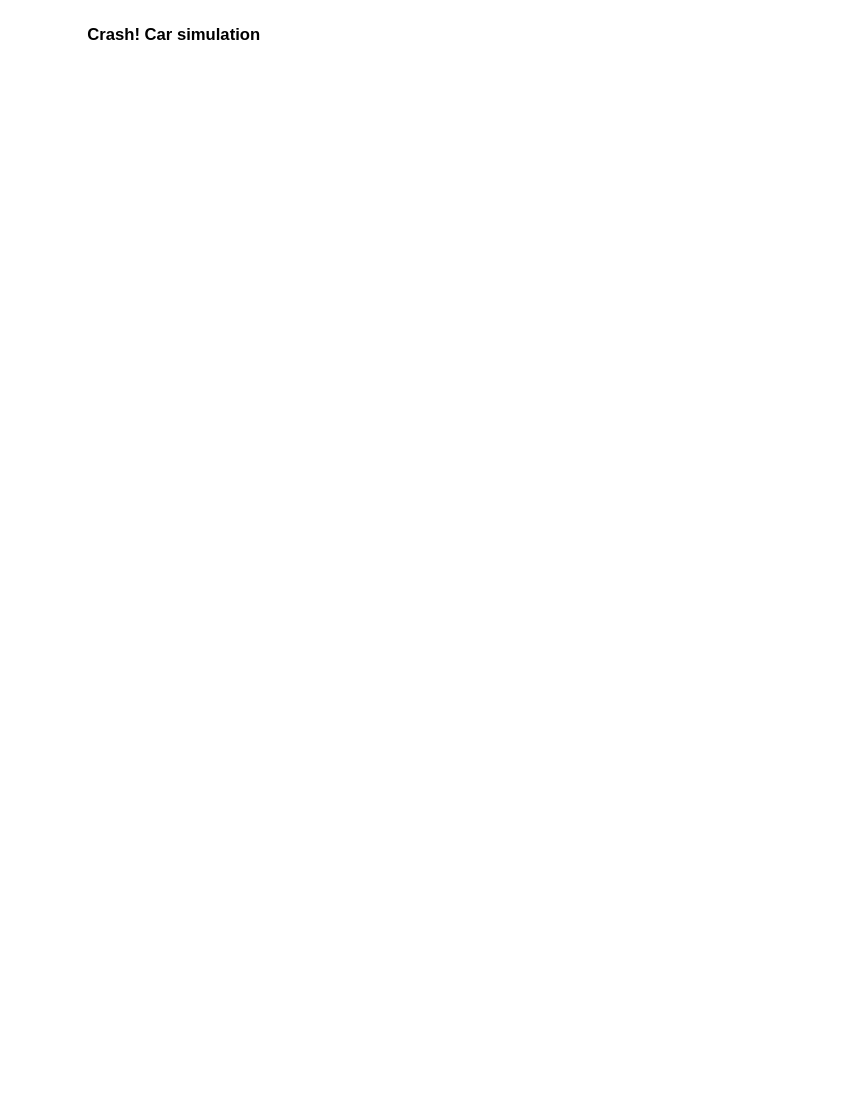
This is car_sim_control_flow.drawio from taylorhickem/fpt_gic_auto_driving, a draw.io file, before an edit. Source tidied: cells renumbered, new cells numbered last; positions are measured from the earlier drawing's top-left corner, leaving out a move shared by most shapes. Both pictures are drawn from the tidied source at 104%, with x=0, y=0 at pixel (80, 18).
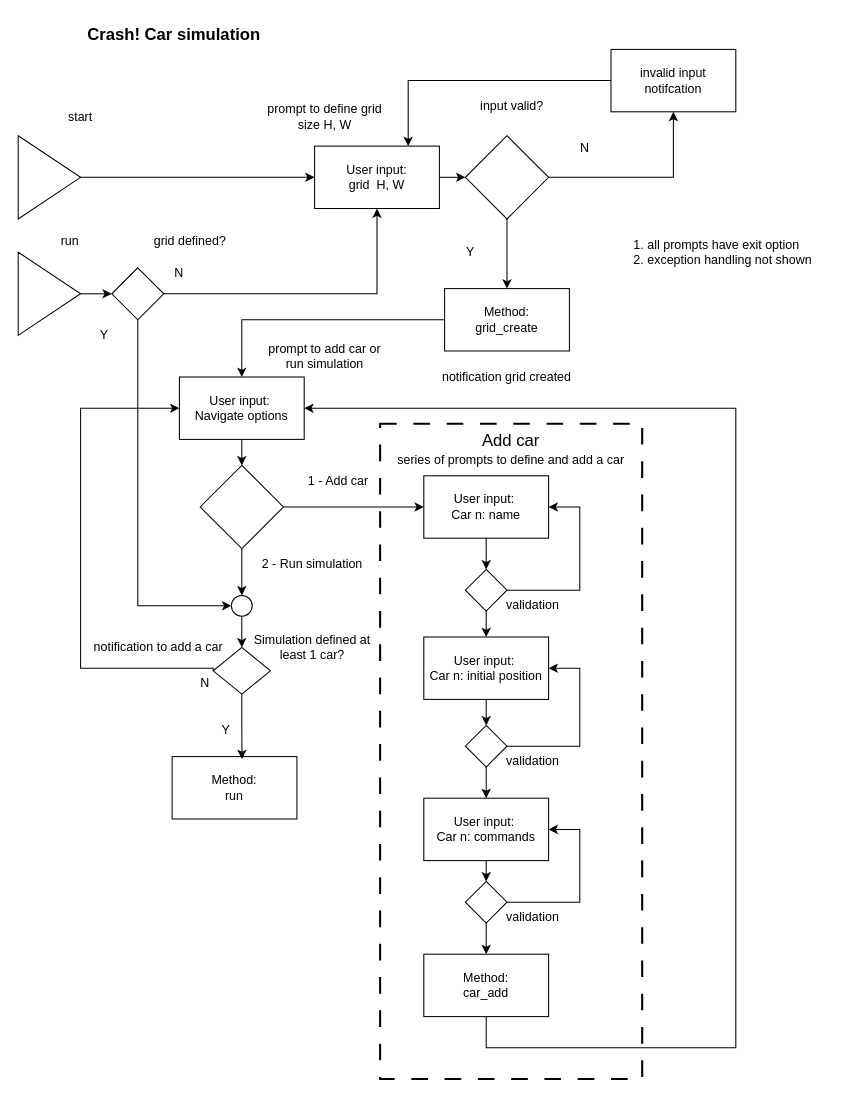
The same diagram, later.

Commit message:
Update flow diagram .drawio

Change to the diagram source:
```diff
@@
+    <mxCell id="3" value="&lt;font style=&quot;font-size: 16px;&quot;&gt;Add car&lt;/font&gt;" style="rounded=0;whiteSpace=wrap;html=1;strokeWidth=2;dashed=1;dashPattern=8 8;fillColor=none;align=center;verticalAlign=top;" parent="1" vertex="1">
+      <mxGeometry x="288" y="390" width="252" height="630" as="geometry" />
+    </mxCell>
@@
+    <mxCell id="4" style="edgeStyle=orthogonalEdgeStyle;rounded=0;jettySize=auto;html=1;exitX=1;exitY=0.5;exitDx=0;exitDy=0;entryX=0;entryY=0.5;entryDx=0;entryDy=0;" parent="1" edge="1" source="5" target="12">
+      <mxGeometry relative="1" as="geometry" />
+    </mxCell>
+    <mxCell id="5" style="triangle;whiteSpace=wrap;html=1;" parent="1" vertex="1">
+      <mxGeometry x="-60" y="113" width="60" height="80" as="geometry" />
+    </mxCell>
+    <mxCell id="6" value="start" style="text;html=1;align=center;verticalAlign=middle;whiteSpace=wrap;rounded=0;" parent="1" vertex="1">
+      <mxGeometry x="-30" y="80" width="60" height="30" as="geometry" />
+    </mxCell>
+    <mxCell id="7" style="edgeStyle=orthogonalEdgeStyle;rounded=0;jettySize=auto;html=1;exitX=1;exitY=0.5;exitDx=0;exitDy=0;" parent="1" edge="1" source="9" target="17">
+      <mxGeometry relative="1" as="geometry" />
+    </mxCell>
+    <mxCell id="8" style="edgeStyle=orthogonalEdgeStyle;rounded=0;jettySize=auto;html=1;exitX=0.5;exitY=1;exitDx=0;exitDy=0;" parent="1" edge="1" source="9" target="24">
+      <mxGeometry relative="1" as="geometry" />
+    </mxCell>
+    <mxCell id="9" style="rhombus;whiteSpace=wrap;html=1;" parent="1" vertex="1">
+      <mxGeometry x="370" y="113" width="80" height="80" as="geometry" />
+    </mxCell>
+    <mxCell id="10" value="prompt to define grid size H, W" style="text;html=1;align=center;verticalAlign=middle;whiteSpace=wrap;rounded=0;" parent="1" vertex="1">
+      <mxGeometry x="170" y="80" width="130" height="30" as="geometry" />
+    </mxCell>
+    <mxCell id="11" style="edgeStyle=orthogonalEdgeStyle;rounded=0;jettySize=auto;html=1;exitX=1;exitY=0.5;exitDx=0;exitDy=0;entryX=0;entryY=0.5;entryDx=0;entryDy=0;" parent="1" edge="1" source="12" target="9">
+      <mxGeometry relative="1" as="geometry" />
+    </mxCell>
+    <mxCell id="12" value="User input:&lt;br&gt;grid&amp;nbsp; H, W" style="rounded=0;whiteSpace=wrap;html=1;" parent="1" vertex="1">
+      <mxGeometry x="225" y="123" width="120" height="60" as="geometry" />
+    </mxCell>
+    <mxCell id="13" value="input valid?" style="text;html=1;align=center;verticalAlign=middle;whiteSpace=wrap;rounded=0;" parent="1" vertex="1">
+      <mxGeometry x="350" y="70" width="130" height="30" as="geometry" />
+    </mxCell>
+    <mxCell id="14" value="N" style="text;html=1;align=center;verticalAlign=middle;whiteSpace=wrap;rounded=0;" parent="1" vertex="1">
+      <mxGeometry x="460" y="110" width="50" height="30" as="geometry" />
+    </mxCell>
+    <mxCell id="15" value="Y" style="text;html=1;align=center;verticalAlign=middle;whiteSpace=wrap;rounded=0;" parent="1" vertex="1">
+      <mxGeometry x="350" y="210" width="50" height="30" as="geometry" />
+    </mxCell>
+    <mxCell id="16" style="edgeStyle=orthogonalEdgeStyle;rounded=0;jettySize=auto;html=1;exitX=0;exitY=0.5;exitDx=0;exitDy=0;entryX=0.75;entryY=0;entryDx=0;entryDy=0;" parent="1" edge="1" source="17" target="12">
+      <mxGeometry relative="1" as="geometry" />
+    </mxCell>
+    <mxCell id="17" value="invalid input notifcation" style="rounded=0;whiteSpace=wrap;html=1;" parent="1" vertex="1">
+      <mxGeometry x="510" y="30" width="120" height="60" as="geometry" />
+    </mxCell>
+    <mxCell id="18" value="1. all prompts have exit option&lt;div&gt;2. exception handling not shown&lt;/div&gt;" style="text;html=1;align=left;verticalAlign=middle;whiteSpace=wrap;rounded=0;" parent="1" vertex="1">
+      <mxGeometry x="530" y="200" width="190" height="50" as="geometry" />
+    </mxCell>
+    <mxCell id="19" style="edgeStyle=orthogonalEdgeStyle;rounded=0;jettySize=auto;html=1;exitX=0.5;exitY=1;exitDx=0;exitDy=0;entryX=0.5;entryY=0;entryDx=0;entryDy=0;" parent="1" edge="1" source="20" target="46">
+      <mxGeometry relative="1" as="geometry" />
+    </mxCell>
+    <mxCell id="20" value="User input:&amp;nbsp;&lt;br&gt;Car n: name" style="rounded=0;whiteSpace=wrap;html=1;" parent="1" vertex="1">
+      <mxGeometry x="330" y="440" width="120" height="60" as="geometry" />
+    </mxCell>
+    <mxCell id="21" value="series of prompts to define and add a car" style="text;html=1;align=center;verticalAlign=middle;whiteSpace=wrap;rounded=0;" parent="1" vertex="1">
+      <mxGeometry x="294" y="410" width="240" height="30" as="geometry" />
+    </mxCell>
+    <mxCell id="22" value="notification grid created" style="text;html=1;align=center;verticalAlign=middle;whiteSpace=wrap;rounded=0;" parent="1" vertex="1">
+      <mxGeometry x="345" y="330" width="130" height="30" as="geometry" />
+    </mxCell>
+    <mxCell id="23" style="edgeStyle=orthogonalEdgeStyle;rounded=0;jettySize=auto;html=1;exitX=0;exitY=0.5;exitDx=0;exitDy=0;entryX=0.5;entryY=0;entryDx=0;entryDy=0;" parent="1" edge="1" source="24" target="26">
+      <mxGeometry relative="1" as="geometry">
+        <Array as="points">
+          <mxPoint x="155" y="290" />
+        </Array>
+      </mxGeometry>
+    </mxCell>
+    <mxCell id="24" value="Method:&lt;br&gt;grid_create" style="rounded=0;whiteSpace=wrap;html=1;" parent="1" vertex="1">
+      <mxGeometry x="350" y="260" width="120" height="60" as="geometry" />
+    </mxCell>
+    <mxCell id="25" style="edgeStyle=orthogonalEdgeStyle;rounded=0;jettySize=auto;html=1;exitX=0.5;exitY=1;exitDx=0;exitDy=0;entryX=0.5;entryY=0;entryDx=0;entryDy=0;" parent="1" edge="1" source="26" target="29">
+      <mxGeometry relative="1" as="geometry" />
+    </mxCell>
+    <mxCell id="26" value="User input:&amp;nbsp;&lt;br&gt;Navigate options" style="rounded=0;whiteSpace=wrap;html=1;" parent="1" vertex="1">
+      <mxGeometry x="95" y="345" width="120" height="60" as="geometry" />
+    </mxCell>
+    <mxCell id="27" style="edgeStyle=orthogonalEdgeStyle;rounded=0;jettySize=auto;html=1;exitX=0.5;exitY=1;exitDx=0;exitDy=0;entryX=0.5;entryY=0;entryDx=0;entryDy=0;" parent="1" edge="1" source="29" target="68">
+      <mxGeometry relative="1" as="geometry" />
+    </mxCell>
+    <mxCell id="28" style="edgeStyle=orthogonalEdgeStyle;rounded=0;jettySize=auto;html=1;exitX=1;exitY=0.5;exitDx=0;exitDy=0;entryX=0;entryY=0.5;entryDx=0;entryDy=0;" parent="1" edge="1" source="29" target="20">
+      <mxGeometry relative="1" as="geometry" />
+    </mxCell>
+    <mxCell id="29" style="rhombus;whiteSpace=wrap;html=1;" parent="1" vertex="1">
+      <mxGeometry x="115" y="430" width="80" height="80" as="geometry" />
+    </mxCell>
+    <mxCell id="30" value="1 - Add car" style="text;html=1;align=center;verticalAlign=middle;whiteSpace=wrap;rounded=0;" parent="1" vertex="1">
+      <mxGeometry x="208" y="430" width="80" height="30" as="geometry" />
+    </mxCell>
+    <mxCell id="31" value="2 - Run simulation" style="text;html=1;align=center;verticalAlign=middle;whiteSpace=wrap;rounded=0;" parent="1" vertex="1">
+      <mxGeometry x="158" y="510" width="130" height="30" as="geometry" />
+    </mxCell>
+    <mxCell id="32" style="edgeStyle=orthogonalEdgeStyle;rounded=0;jettySize=auto;html=1;exitX=0;exitY=0.5;exitDx=0;exitDy=0;entryX=0;entryY=0.5;entryDx=0;entryDy=0;" parent="1" edge="1" source="33" target="26">
+      <mxGeometry relative="1" as="geometry">
+        <Array as="points">
+          <mxPoint x="128" y="625" />
+          <mxPoint y="625" />
+          <mxPoint y="375" />
+        </Array>
+      </mxGeometry>
+    </mxCell>
+    <mxCell id="33" style="rhombus;whiteSpace=wrap;html=1;" parent="1" vertex="1">
+      <mxGeometry x="127.5" y="605" width="55" height="45" as="geometry" />
+    </mxCell>
+    <mxCell id="34" value="Simulation defined at least 1 car?" style="text;html=1;align=center;verticalAlign=middle;whiteSpace=wrap;rounded=0;" parent="1" vertex="1">
+      <mxGeometry x="158" y="590" width="130" height="30" as="geometry" />
+    </mxCell>
+    <mxCell id="35" value="N" style="text;html=1;align=center;verticalAlign=middle;whiteSpace=wrap;rounded=0;" parent="1" vertex="1">
+      <mxGeometry x="95" y="625" width="50" height="30" as="geometry" />
+    </mxCell>
+    <mxCell id="36" value="Y" style="text;html=1;align=center;verticalAlign=middle;whiteSpace=wrap;rounded=0;" parent="1" vertex="1">
+      <mxGeometry x="115" y="670" width="50" height="30" as="geometry" />
+    </mxCell>
+    <mxCell id="37" value="Method:&lt;br&gt;run" style="rounded=0;whiteSpace=wrap;html=1;" parent="1" vertex="1">
+      <mxGeometry x="88" y="710" width="120" height="60" as="geometry" />
+    </mxCell>
+    <mxCell id="38" style="edgeStyle=orthogonalEdgeStyle;rounded=0;jettySize=auto;html=1;exitX=0.5;exitY=1;exitDx=0;exitDy=0;entryX=0.56;entryY=0.04;entryDx=0;entryDy=0;entryPerimeter=0;" parent="1" edge="1" source="33" target="37">
+      <mxGeometry relative="1" as="geometry" />
+    </mxCell>
+    <mxCell id="39" value="prompt to add car or run simulation" style="text;html=1;align=center;verticalAlign=middle;whiteSpace=wrap;rounded=0;" parent="1" vertex="1">
+      <mxGeometry x="170" y="310" width="130" height="30" as="geometry" />
+    </mxCell>
+    <mxCell id="40" style="edgeStyle=orthogonalEdgeStyle;rounded=0;jettySize=auto;html=1;exitX=0.5;exitY=1;exitDx=0;exitDy=0;entryX=0.5;entryY=0;entryDx=0;entryDy=0;" parent="1" edge="1" source="41" target="49">
+      <mxGeometry relative="1" as="geometry" />
+    </mxCell>
+    <mxCell id="41" value="User input:&amp;nbsp;&lt;br&gt;Car n: initial position" style="rounded=0;whiteSpace=wrap;html=1;" parent="1" vertex="1">
+      <mxGeometry x="330" y="595" width="120" height="60" as="geometry" />
+    </mxCell>
+    <mxCell id="42" style="edgeStyle=orthogonalEdgeStyle;rounded=0;jettySize=auto;html=1;exitX=0.5;exitY=1;exitDx=0;exitDy=0;entryX=0.5;entryY=0;entryDx=0;entryDy=0;" parent="1" edge="1" source="43" target="52">
+      <mxGeometry relative="1" as="geometry" />
+    </mxCell>
+    <mxCell id="43" value="User input:&amp;nbsp;&lt;br&gt;Car n: commands" style="rounded=0;whiteSpace=wrap;html=1;" parent="1" vertex="1">
+      <mxGeometry x="330" y="750" width="120" height="60" as="geometry" />
+    </mxCell>
+    <mxCell id="44" style="edgeStyle=orthogonalEdgeStyle;rounded=0;jettySize=auto;html=1;exitX=1;exitY=0.5;exitDx=0;exitDy=0;entryX=1;entryY=0.5;entryDx=0;entryDy=0;" parent="1" edge="1" source="46" target="20">
+      <mxGeometry relative="1" as="geometry">
+        <Array as="points">
+          <mxPoint x="480" y="550" />
+          <mxPoint x="480" y="470" />
+        </Array>
+      </mxGeometry>
+    </mxCell>
+    <mxCell id="45" style="edgeStyle=orthogonalEdgeStyle;rounded=0;jettySize=auto;html=1;exitX=0.5;exitY=1;exitDx=0;exitDy=0;entryX=0.5;entryY=0;entryDx=0;entryDy=0;" parent="1" edge="1" source="46" target="41">
+      <mxGeometry relative="1" as="geometry" />
+    </mxCell>
+    <mxCell id="46" style="rhombus;whiteSpace=wrap;html=1;" parent="1" vertex="1">
+      <mxGeometry x="370" y="530" width="40" height="40" as="geometry" />
+    </mxCell>
+    <mxCell id="47" style="edgeStyle=orthogonalEdgeStyle;rounded=0;jettySize=auto;html=1;exitX=1;exitY=0.5;exitDx=0;exitDy=0;entryX=1;entryY=0.5;entryDx=0;entryDy=0;" parent="1" edge="1" source="49" target="41">
+      <mxGeometry relative="1" as="geometry">
+        <Array as="points">
+          <mxPoint x="480" y="700" />
+          <mxPoint x="480" y="625" />
+        </Array>
+      </mxGeometry>
+    </mxCell>
+    <mxCell id="48" style="edgeStyle=orthogonalEdgeStyle;rounded=0;jettySize=auto;html=1;exitX=0.5;exitY=1;exitDx=0;exitDy=0;entryX=0.5;entryY=0;entryDx=0;entryDy=0;" parent="1" edge="1" source="49" target="43">
+      <mxGeometry relative="1" as="geometry" />
+    </mxCell>
+    <mxCell id="49" style="rhombus;whiteSpace=wrap;html=1;" parent="1" vertex="1">
+      <mxGeometry x="370" y="680" width="40" height="40" as="geometry" />
+    </mxCell>
+    <mxCell id="50" style="edgeStyle=orthogonalEdgeStyle;rounded=0;jettySize=auto;html=1;exitX=1;exitY=0.5;exitDx=0;exitDy=0;entryX=1;entryY=0.5;entryDx=0;entryDy=0;" parent="1" edge="1" source="52" target="43">
+      <mxGeometry relative="1" as="geometry">
+        <Array as="points">
+          <mxPoint x="480" y="850" />
+          <mxPoint x="480" y="780" />
+        </Array>
+      </mxGeometry>
+    </mxCell>
+    <mxCell id="51" style="edgeStyle=orthogonalEdgeStyle;rounded=0;jettySize=auto;html=1;exitX=0.5;exitY=1;exitDx=0;exitDy=0;entryX=0.5;entryY=0;entryDx=0;entryDy=0;" parent="1" edge="1" source="52" target="54">
+      <mxGeometry relative="1" as="geometry" />
+    </mxCell>
+    <mxCell id="52" style="rhombus;whiteSpace=wrap;html=1;" parent="1" vertex="1">
+      <mxGeometry x="370" y="830" width="40" height="40" as="geometry" />
+    </mxCell>
+    <mxCell id="53" style="edgeStyle=orthogonalEdgeStyle;rounded=0;jettySize=auto;html=1;exitX=0.5;exitY=1;exitDx=0;exitDy=0;entryX=1;entryY=0.5;entryDx=0;entryDy=0;" parent="1" edge="1" source="54" target="26">
+      <mxGeometry relative="1" as="geometry">
+        <Array as="points">
+          <mxPoint x="390" y="990" />
+          <mxPoint x="630" y="990" />
+          <mxPoint x="630" y="375" />
+        </Array>
+      </mxGeometry>
+    </mxCell>
+    <mxCell id="54" value="Method:&lt;br&gt;car_add" style="rounded=0;whiteSpace=wrap;html=1;" parent="1" vertex="1">
+      <mxGeometry x="330" y="900" width="120" height="60" as="geometry" />
+    </mxCell>
+    <mxCell id="55" value="validation" style="text;html=1;align=center;verticalAlign=middle;whiteSpace=wrap;rounded=0;" parent="1" vertex="1">
+      <mxGeometry x="370" y="550" width="130" height="30" as="geometry" />
+    </mxCell>
+    <mxCell id="56" value="validation" style="text;html=1;align=center;verticalAlign=middle;whiteSpace=wrap;rounded=0;" parent="1" vertex="1">
+      <mxGeometry x="370" y="700" width="130" height="30" as="geometry" />
+    </mxCell>
+    <mxCell id="57" value="validation" style="text;html=1;align=center;verticalAlign=middle;whiteSpace=wrap;rounded=0;" parent="1" vertex="1">
+      <mxGeometry x="370" y="850" width="130" height="30" as="geometry" />
+    </mxCell>
+    <mxCell id="58" style="edgeStyle=orthogonalEdgeStyle;rounded=0;jettySize=auto;html=1;exitX=1;exitY=0.5;exitDx=0;exitDy=0;" parent="1" edge="1" source="60" target="12">
+      <mxGeometry relative="1" as="geometry" />
+    </mxCell>
+    <mxCell id="59" style="edgeStyle=orthogonalEdgeStyle;rounded=0;jettySize=auto;html=1;exitX=0.5;exitY=1;exitDx=0;exitDy=0;entryX=0;entryY=0.5;entryDx=0;entryDy=0;" parent="1" edge="1" source="60" target="68">
+      <mxGeometry relative="1" as="geometry">
+        <Array as="points">
+          <mxPoint x="55" y="565" />
+        </Array>
+      </mxGeometry>
+    </mxCell>
+    <mxCell id="60" style="rhombus;whiteSpace=wrap;html=1;" parent="1" vertex="1">
+      <mxGeometry x="30" y="240" width="50" height="50" as="geometry" />
+    </mxCell>
+    <mxCell id="61" value="grid defined?" style="text;html=1;align=center;verticalAlign=middle;whiteSpace=wrap;rounded=0;" parent="1" vertex="1">
+      <mxGeometry x="47.5" y="200" width="115" height="30" as="geometry" />
+    </mxCell>
+    <mxCell id="62" value="N" style="text;html=1;align=center;verticalAlign=middle;whiteSpace=wrap;rounded=0;" parent="1" vertex="1">
+      <mxGeometry x="70" y="230" width="50" height="30" as="geometry" />
+    </mxCell>
+    <mxCell id="63" style="edgeStyle=orthogonalEdgeStyle;rounded=0;jettySize=auto;html=1;exitX=1;exitY=0.5;exitDx=0;exitDy=0;entryX=0;entryY=0.5;entryDx=0;entryDy=0;" parent="1" edge="1" source="64" target="60">
+      <mxGeometry relative="1" as="geometry" />
+    </mxCell>
+    <mxCell id="64" style="triangle;whiteSpace=wrap;html=1;" parent="1" vertex="1">
+      <mxGeometry x="-60" y="225" width="60" height="80" as="geometry" />
+    </mxCell>
+    <mxCell id="65" value="run" style="text;html=1;align=center;verticalAlign=middle;whiteSpace=wrap;rounded=0;" parent="1" vertex="1">
+      <mxGeometry x="-40" y="200" width="60" height="30" as="geometry" />
+    </mxCell>
+    <mxCell id="66" value="Y" style="text;html=1;align=center;verticalAlign=middle;whiteSpace=wrap;rounded=0;" parent="1" vertex="1">
+      <mxGeometry x="-2.5" y="290" width="50" height="30" as="geometry" />
+    </mxCell>
+    <mxCell id="67" style="edgeStyle=orthogonalEdgeStyle;rounded=0;jettySize=auto;html=1;exitX=0.5;exitY=1;exitDx=0;exitDy=0;entryX=0.5;entryY=0;entryDx=0;entryDy=0;" parent="1" edge="1" source="68" target="33">
+      <mxGeometry relative="1" as="geometry" />
+    </mxCell>
+    <mxCell id="68" style="ellipse;whiteSpace=wrap;html=1;" parent="1" vertex="1">
+      <mxGeometry x="145" y="555" width="20" height="20" as="geometry" />
+    </mxCell>
+    <mxCell id="69" value="notification to add a car" style="text;html=1;align=center;verticalAlign=middle;whiteSpace=wrap;rounded=0;" parent="1" vertex="1">
+      <mxGeometry x="10" y="590" width="130" height="30" as="geometry" />
+    </mxCell>
```
